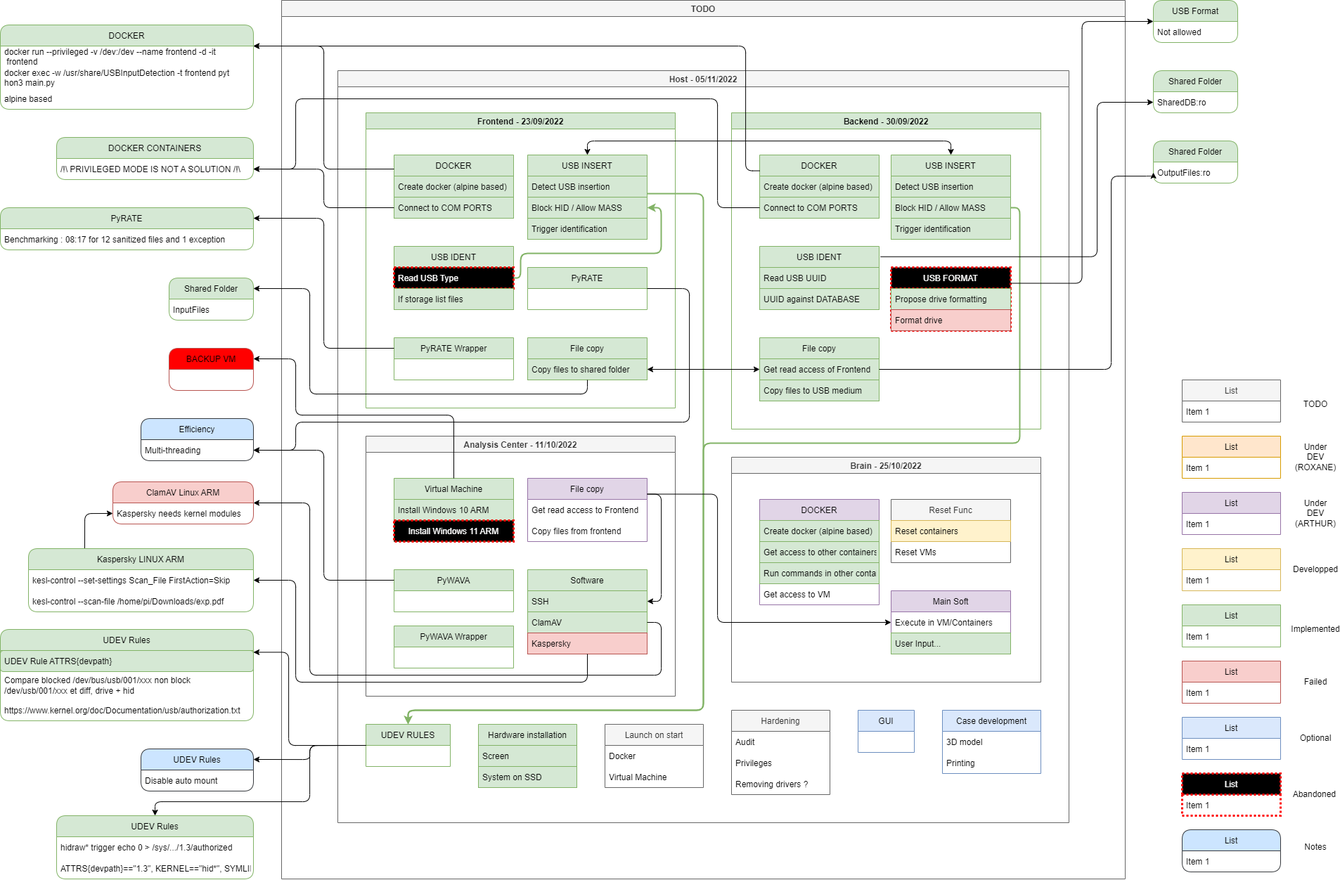
Above: Images/status.png in PetitPrinc3/Asterix (draw.io), before the change. Source tidied: cells renumbered, new cells last; positions are measured from the earlier drawing's top-left corner, leaving out a move shared by most shapes.
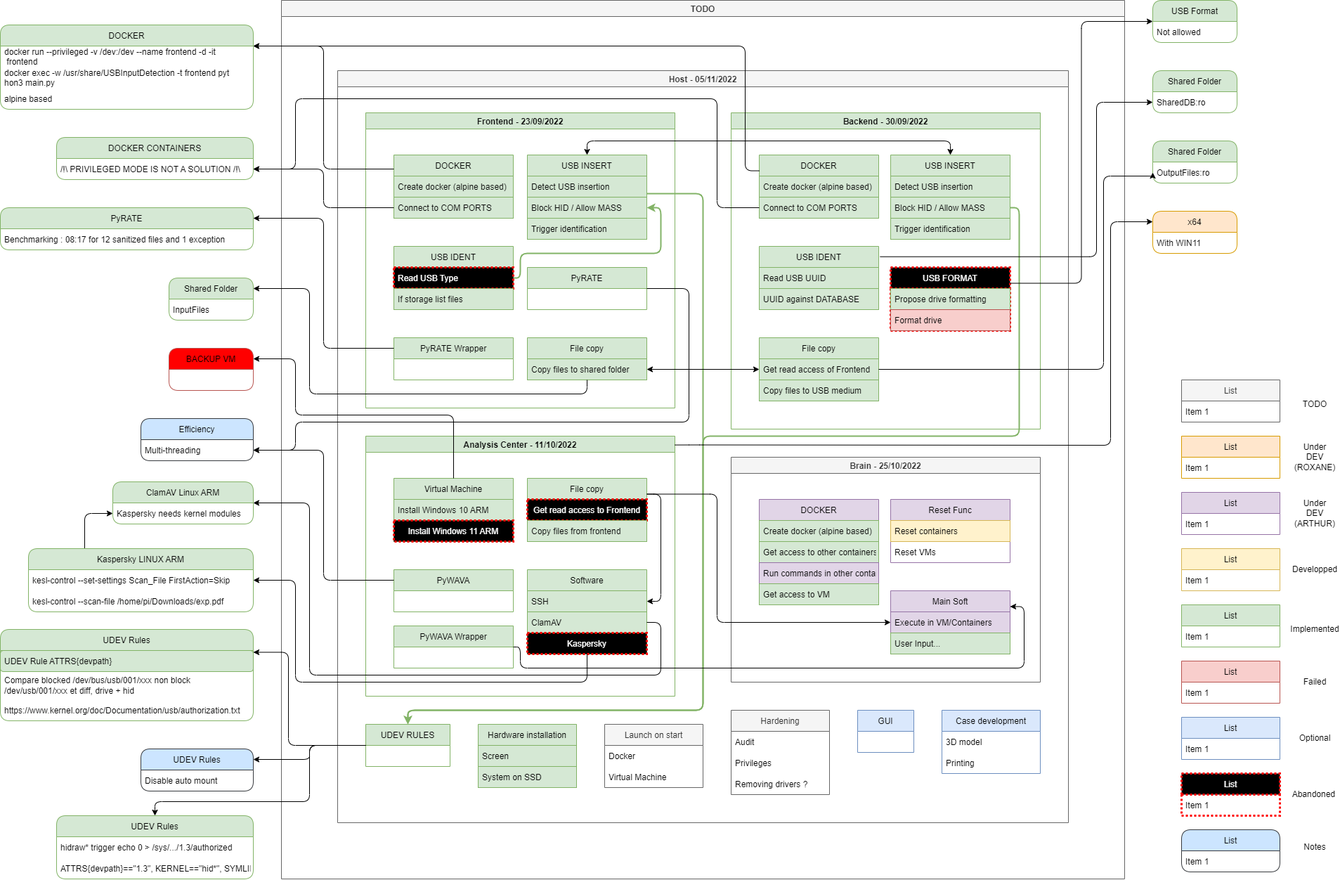
The same diagram one commit later.

What changed in the source:
```diff
@@ -114,7 +114,7 @@
     <mxCell id="36" value="Copy files to USB medium" style="text;strokeColor=#82b366;fillColor=#d5e8d4;align=left;verticalAlign=middle;spacingLeft=4;spacingRight=4;overflow=hidden;" parent="34" vertex="1">
       <mxGeometry y="60" width="170" height="30" as="geometry" />
     </mxCell>
-    <mxCell id="37" value="Analysis Center - 11/10/2022" style="swimlane;startSize=23;fillColor=#f5f5f5;fontColor=#333333;strokeColor=#666666;" parent="3" vertex="1">
+    <mxCell id="37" value="Analysis Center - 11/10/2022" style="swimlane;startSize=23;fillColor=#d5e8d4;strokeColor=#82b366;" parent="3" vertex="1">
       <mxGeometry x="40" y="520" width="440" height="370" as="geometry" />
     </mxCell>
     <mxCell id="38" value="Virtual Machine" style="swimlane;fontStyle=0;horizontal=1;startSize=30;fillColor=#d5e8d4;strokeColor=#82b366;" parent="37" vertex="1">
@@ -129,13 +129,13 @@
     <mxCell id="41" style="edgeStyle=orthogonalEdgeStyle;rounded=1;jettySize=auto;html=1;exitX=1;exitY=0.25;exitDx=0;exitDy=0;" parent="37" edge="1" source="42" target="48">
       <mxGeometry relative="1" as="geometry" />
     </mxCell>
-    <mxCell id="42" value="File copy" style="swimlane;fontStyle=0;horizontal=1;startSize=30;fillColor=#e1d5e7;strokeColor=#9673a6;" parent="37" vertex="1">
+    <mxCell id="42" value="File copy" style="swimlane;fontStyle=0;horizontal=1;startSize=30;fillColor=#d5e8d4;strokeColor=#82b366;" parent="37" vertex="1">
       <mxGeometry x="230" y="60" width="170" height="90" as="geometry" />
     </mxCell>
-    <mxCell id="43" value="Get read access to Frontend" style="text;strokeColor=none;fillColor=none;align=left;verticalAlign=middle;spacingLeft=4;spacingRight=4;overflow=hidden;" parent="42" vertex="1">
+    <mxCell id="43" value="Get read access to Frontend" style="text;strokeColor=#FF0000;fillColor=#000000;align=center;verticalAlign=middle;spacingLeft=4;spacingRight=4;overflow=hidden;fontColor=#FFFFFF;fontStyle=0;startSize=30;dashed=1;dashPattern=1 1;strokeWidth=3;" parent="42" vertex="1">
       <mxGeometry y="30" width="170" height="30" as="geometry" />
     </mxCell>
-    <mxCell id="44" value="Copy files from frontend" style="text;strokeColor=none;fillColor=none;align=left;verticalAlign=middle;spacingLeft=4;spacingRight=4;overflow=hidden;" parent="42" vertex="1">
+    <mxCell id="44" value="Copy files from frontend" style="text;strokeColor=#82b366;fillColor=#d5e8d4;align=left;verticalAlign=middle;spacingLeft=4;spacingRight=4;overflow=hidden;" parent="42" vertex="1">
       <mxGeometry y="60" width="170" height="30" as="geometry" />
     </mxCell>
     <mxCell id="45" value="PyWAVA" style="swimlane;fontStyle=0;horizontal=1;startSize=30;fillColor=#d5e8d4;strokeColor=#82b366;" parent="37" vertex="1">
@@ -153,7 +153,7 @@
     <mxCell id="49" value="ClamAV" style="text;strokeColor=#82b366;fillColor=#d5e8d4;align=left;verticalAlign=middle;spacingLeft=4;spacingRight=4;overflow=hidden;points=[[0,0.5],[1,0.5]];portConstraint=eastwest;" parent="47" vertex="1">
       <mxGeometry y="60" width="170" height="30" as="geometry" />
     </mxCell>
-    <mxCell id="50" value="Kaspersky" style="text;strokeColor=#b85450;fillColor=#f8cecc;align=left;verticalAlign=middle;spacingLeft=4;spacingRight=4;overflow=hidden;" parent="47" vertex="1">
+    <mxCell id="50" value="Kaspersky" style="text;strokeColor=#FF0000;fillColor=#000000;align=center;verticalAlign=middle;spacingLeft=4;spacingRight=4;overflow=hidden;fontColor=#FFFFFF;fontStyle=0;startSize=30;dashed=1;dashPattern=1 1;strokeWidth=3;" parent="47" vertex="1">
       <mxGeometry y="90" width="170" height="30" as="geometry" />
     </mxCell>
     <mxCell id="51" value="Brain - 25/10/2022" style="swimlane;startSize=23;fillColor=#f5f5f5;fontColor=#333333;strokeColor=#666666;" parent="3" vertex="1">
@@ -162,13 +162,13 @@
     <mxCell id="52" value="Main Soft" style="swimlane;fontStyle=0;horizontal=1;startSize=30;fillColor=#e1d5e7;strokeColor=#9673a6;" parent="51" vertex="1">
       <mxGeometry x="227" y="190" width="170" height="90" as="geometry" />
     </mxCell>
-    <mxCell id="53" value="Execute in VM/Containers" style="text;align=left;verticalAlign=middle;spacingLeft=4;spacingRight=4;overflow=hidden;points=[[0,0.5],[1,0.5]];portConstraint=eastwest;" parent="52" vertex="1">
+    <mxCell id="53" value="Execute in VM/Containers" style="text;align=left;verticalAlign=middle;spacingLeft=4;spacingRight=4;overflow=hidden;points=[[0,0.5],[1,0.5]];portConstraint=eastwest;fillColor=#e1d5e7;strokeColor=#9673a6;" parent="52" vertex="1">
       <mxGeometry y="30" width="170" height="30" as="geometry" />
     </mxCell>
     <mxCell id="54" value="User Input..." style="text;strokeColor=#82b366;fillColor=#d5e8d4;align=left;verticalAlign=middle;spacingLeft=4;spacingRight=4;overflow=hidden;" parent="52" vertex="1">
       <mxGeometry y="60" width="170" height="30" as="geometry" />
     </mxCell>
-    <mxCell id="55" value="Reset Func" style="swimlane;fontStyle=0;horizontal=1;startSize=30;fillColor=#f5f5f5;fontColor=#333333;strokeColor=#666666;" parent="51" vertex="1">
+    <mxCell id="55" value="Reset Func" style="swimlane;fontStyle=0;horizontal=1;startSize=30;fillColor=#e1d5e7;strokeColor=#9673a6;" parent="51" vertex="1">
       <mxGeometry x="227" y="60" width="170" height="90" as="geometry" />
     </mxCell>
     <mxCell id="56" value="Reset containers" style="text;strokeColor=#d6b656;fillColor=#fff2cc;align=left;verticalAlign=middle;spacingLeft=4;spacingRight=4;overflow=hidden;" parent="55" vertex="1">
@@ -186,10 +186,10 @@
     <mxCell id="60" value="Get access to other containers" style="text;strokeColor=#82b366;fillColor=#d5e8d4;align=left;verticalAlign=middle;spacingLeft=4;spacingRight=4;overflow=hidden;" parent="58" vertex="1">
       <mxGeometry y="60" width="170" height="30" as="geometry" />
     </mxCell>
-    <mxCell id="61" value="Run commands in other containers" style="text;strokeColor=#82b366;fillColor=#d5e8d4;align=left;verticalAlign=middle;spacingLeft=4;spacingRight=4;overflow=hidden;" parent="58" vertex="1">
+    <mxCell id="61" value="Run commands in other containers" style="text;strokeColor=#9673a6;fillColor=#e1d5e7;align=left;verticalAlign=middle;spacingLeft=4;spacingRight=4;overflow=hidden;" parent="58" vertex="1">
       <mxGeometry y="90" width="170" height="30" as="geometry" />
     </mxCell>
-    <mxCell id="62" value="Get access to VM" style="text;strokeColor=none;fillColor=none;align=left;verticalAlign=middle;spacingLeft=4;spacingRight=4;overflow=hidden;" parent="58" vertex="1">
+    <mxCell id="62" value="Get access to VM" style="text;strokeColor=#82b366;fillColor=#d5e8d4;align=left;verticalAlign=middle;spacingLeft=4;spacingRight=4;overflow=hidden;" parent="58" vertex="1">
       <mxGeometry y="120" width="170" height="30" as="geometry" />
     </mxCell>
     <mxCell id="63" value="Launch on start" style="swimlane;fontStyle=0;horizontal=1;startSize=30;fillColor=#f5f5f5;fontColor=#333333;strokeColor=#666666;" parent="3" vertex="1">
@@ -257,8 +257,8 @@
       <mxGeometry relative="1" as="geometry">
         <Array as="points">
           <mxPoint x="970" y="195" />
-          <mxPoint x="970" y="530" />
-          <mxPoint x="520" y="530" />
+          <mxPoint x="970" y="520" />
+          <mxPoint x="520" y="520" />
           <mxPoint x="520" y="910" />
           <mxPoint x="100" y="910" />
         </Array>
@@ -272,6 +272,16 @@
         </Array>
       </mxGeometry>
     </mxCell>
+    <mxCell id="161" style="edgeStyle=orthogonalEdgeStyle;rounded=1;jettySize=auto;html=1;exitX=1;exitY=0.5;exitDx=0;exitDy=0;entryX=1;entryY=0.25;entryDx=0;entryDy=0;" parent="3" edge="1" source="46" target="52">
+      <mxGeometry relative="1" as="geometry">
+        <Array as="points">
+          <mxPoint x="260" y="820" />
+          <mxPoint x="260" y="850" />
+          <mxPoint x="977" y="850" />
+          <mxPoint x="977" y="762" />
+        </Array>
+      </mxGeometry>
+    </mxCell>
     <mxCell id="83" value="DOCKER" style="swimlane;fontStyle=0;horizontal=1;startSize=30;rounded=1;fillColor=#d5e8d4;strokeColor=#82b366;" parent="1" vertex="1">
       <mxGeometry y="35" width="360" height="120" as="geometry" />
     </mxCell>
@@ -354,8 +364,8 @@
     <mxCell id="102" style="edgeStyle=orthogonalEdgeStyle;rounded=1;jettySize=auto;html=1;exitX=1;exitY=0.5;exitDx=0;exitDy=0;entryX=0;entryY=0.5;entryDx=0;entryDy=0;" parent="1" edge="1" source="34" target="101">
       <mxGeometry relative="1" as="geometry">
         <Array as="points">
-          <mxPoint x="1580" y="525" />
-          <mxPoint x="1580" y="250" />
+          <mxPoint x="1570" y="525" />
+          <mxPoint x="1570" y="250" />
           <mxPoint x="1640" y="250" />
         </Array>
       </mxGeometry>
@@ -546,7 +556,7 @@
         </Array>
       </mxGeometry>
     </mxCell>
-    <mxCell id="153" value="ClamAV Linux ARM" style="swimlane;fontStyle=0;horizontal=1;startSize=30;rounded=1;fillColor=#f8cecc;strokeColor=#b85450;" parent="1" vertex="1">
+    <mxCell id="153" value="ClamAV Linux ARM" style="swimlane;fontStyle=0;horizontal=1;startSize=30;rounded=1;fillColor=#d5e8d4;strokeColor=#82b366;" parent="1" vertex="1">
       <mxGeometry x="160" y="685" width="200" height="60" as="geometry" />
     </mxCell>
     <mxCell id="154" value="Kaspersky needs kernel modules" style="text;strokeColor=none;fillColor=none;align=left;verticalAlign=middle;spacingLeft=4;spacingRight=4;overflow=hidden;points=[[0,0.5],[1,0.5]];portConstraint=eastwest;" parent="153" vertex="1">
@@ -583,5 +593,20 @@
         </Array>
       </mxGeometry>
     </mxCell>
+    <mxCell id="162" value="x64" style="swimlane;fontStyle=0;horizontal=1;startSize=30;rounded=1;fillColor=#ffe6cc;strokeColor=#d79b00;" parent="1" vertex="1">
+      <mxGeometry x="1640" y="300" width="120" height="60" as="geometry" />
+    </mxCell>
+    <mxCell id="163" value="With WIN11" style="text;strokeColor=none;fillColor=none;align=left;verticalAlign=middle;spacingLeft=4;spacingRight=4;overflow=hidden;" parent="162" vertex="1">
+      <mxGeometry y="30" width="120" height="30" as="geometry" />
+    </mxCell>
+    <mxCell id="164" style="edgeStyle=orthogonalEdgeStyle;rounded=1;jettySize=auto;html=1;entryX=0;entryY=0.25;entryDx=0;entryDy=0;exitX=1;exitY=0.034;exitDx=0;exitDy=0;exitPerimeter=0;" parent="1" edge="1" source="37" target="162">
+      <mxGeometry relative="1" as="geometry">
+        <Array as="points">
+          <mxPoint x="990" y="633" />
+          <mxPoint x="1580" y="633" />
+          <mxPoint x="1580" y="315" />
+        </Array>
+      </mxGeometry>
+    </mxCell>
   </root>
 </mxGraphModel>
```
